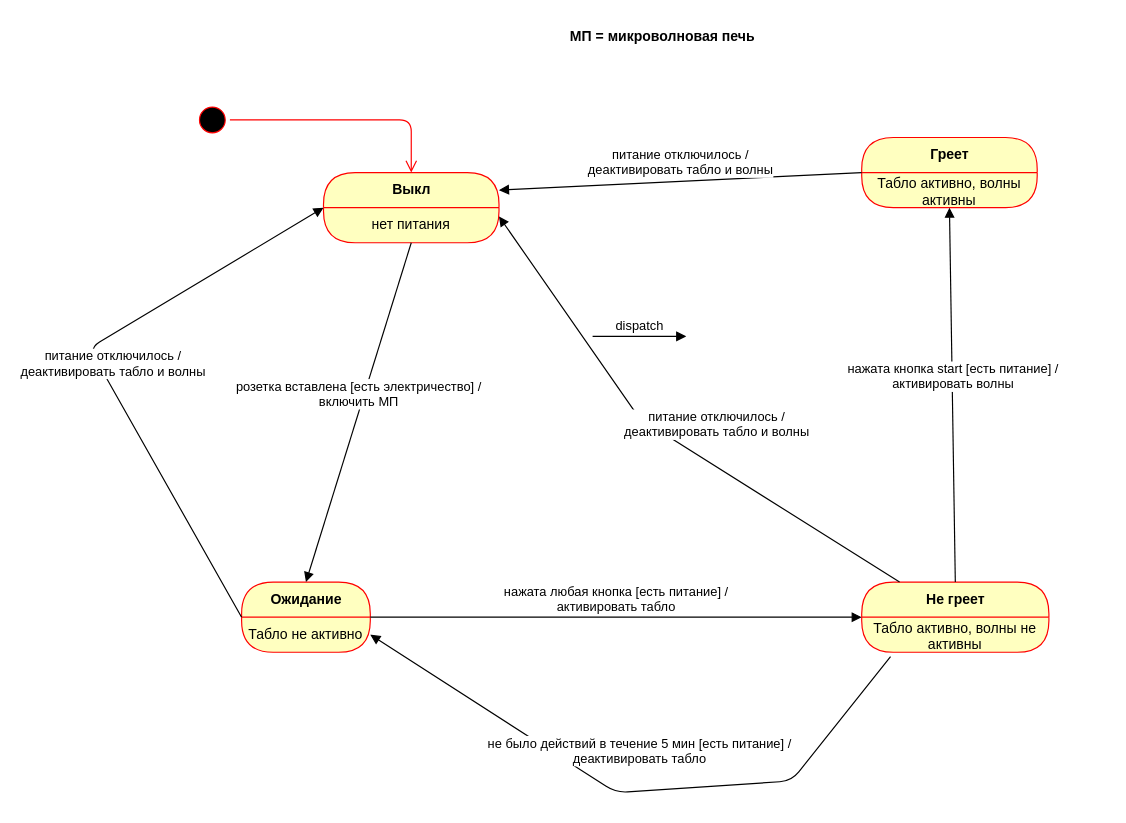
The draw.io diagram pw02-diagrams/Задание5.ДиаграммаКонечныхАвтоматов.Сурков.drawio in maximumSHOT-HSE/SD, before the edit. Source tidied: cells renumbered, new cells numbered last; positions are measured from the earlier drawing's top-left corner, leaving out a move shared by most shapes. Both pictures are drawn from the tidied source at 117%, with x=0, y=0 at pixel (89, 20).
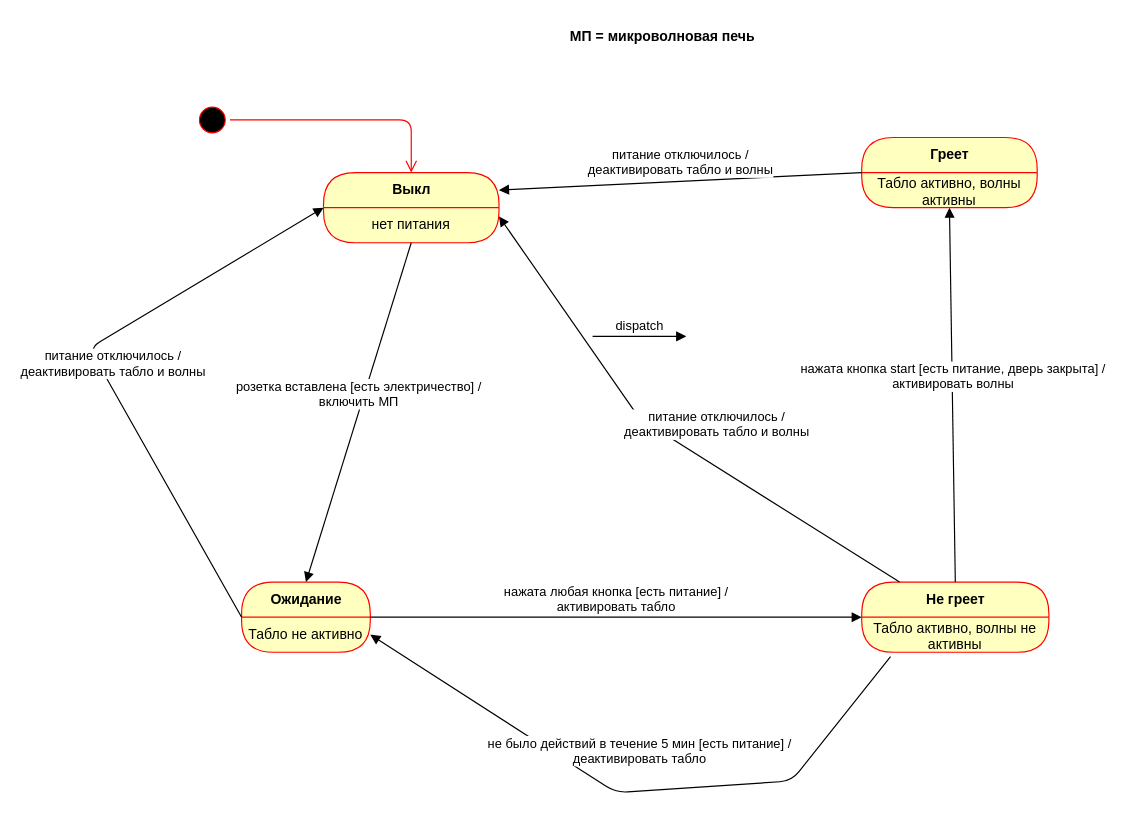
The same page after the edit.

Unchanged cells that the change refers to:
```xml
<mxCell id="5" value="Табло активно, волны активны" style="text;html=1;strokeColor=none;fillColor=none;align=center;verticalAlign=middle;spacingLeft=4;spacingRight=4;whiteSpace=wrap;overflow=hidden;fontColor=#000000;" parent="4" vertex="1">
  <mxGeometry y="30" width="150" height="30" as="geometry" />
</mxCell>
<mxCell id="6" value="Не греет" style="swimlane;html=1;fontStyle=1;align=center;verticalAlign=middle;horizontal=1;startSize=30;fontColor=#000000;rounded=1;arcSize=30;strokeColor=#ff0000;fillColor=#ffffc0;swimlaneFillColor=#ffffc0;" parent="1" vertex="1">
  <mxGeometry x="660" y="480" width="160" height="60" as="geometry" />
</mxCell>
```

Diff of the diagram source:
```diff
@@
-    <mxCell id="15" value="нажата кнопка start [есть питание] /&lt;br&gt;активировать волны" style="html=1;verticalAlign=bottom;endArrow=block;exitX=0.5;exitY=0;exitDx=0;exitDy=0;entryX=0.5;entryY=1;entryDx=0;entryDy=0;" parent="1" edge="1" source="6" target="5">
+    <mxCell id="15" value="нажата кнопка start [есть питание, дверь закрыта] /&lt;br&gt;активировать волны" style="html=1;verticalAlign=bottom;endArrow=block;exitX=0.5;exitY=0;exitDx=0;exitDy=0;entryX=0.5;entryY=1;entryDx=0;entryDy=0;" parent="1" edge="1" source="6" target="5">
       <mxGeometry relative="1" as="geometry" />
     </mxCell>
```
